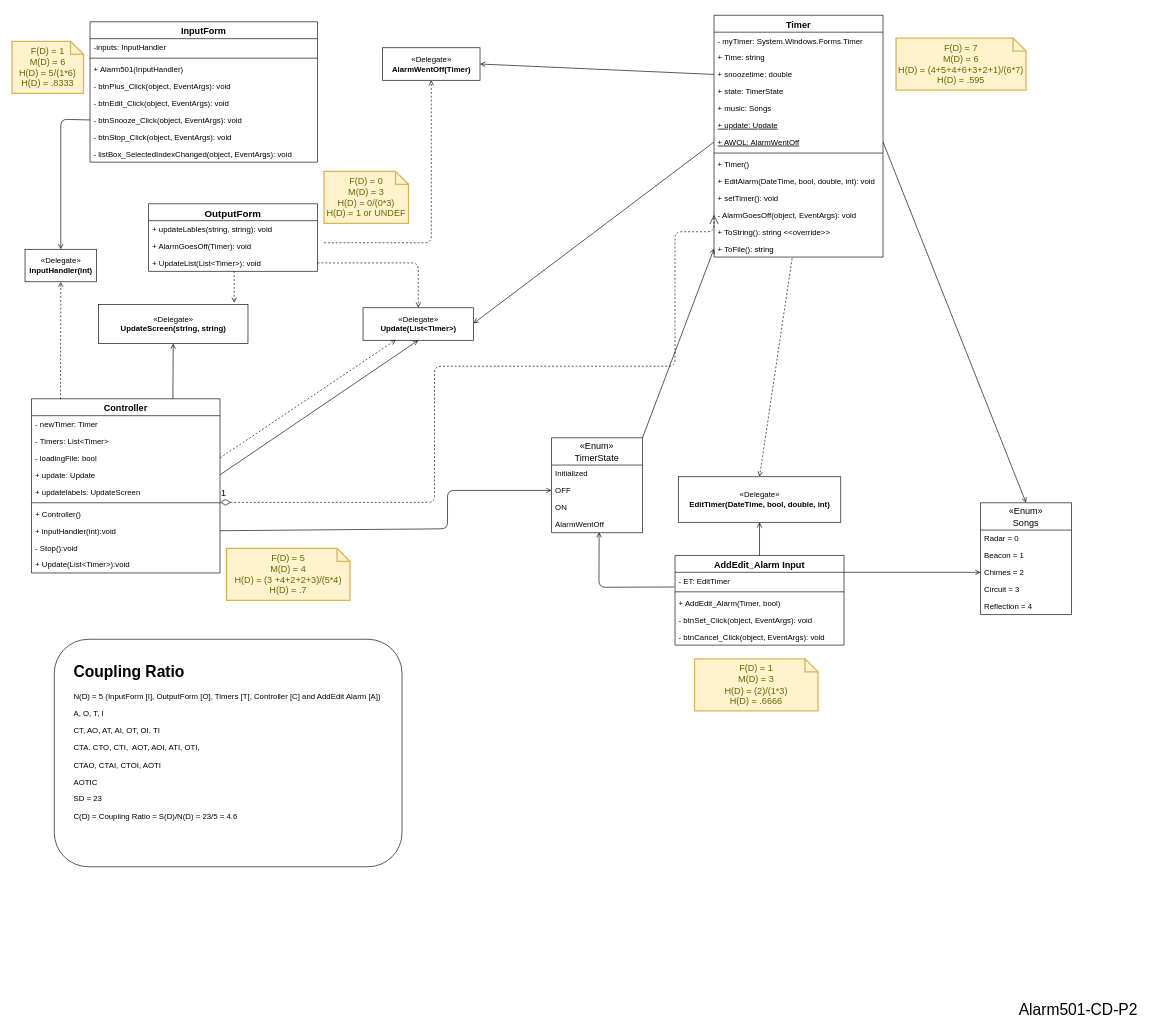
This is page "Alarm501-CD-P2" (2 of 4) of AlarmClock.drawio from Rosebaugh/CS501, a draw.io file, before an edit. Source tidied: cells renumbered, new cells numbered last; positions are measured from the earlier drawing's top-left corner, leaving out a move shared by most shapes. Both pictures are drawn from the tidied source at 65%, with x=0, y=0 at pixel (12, 15).
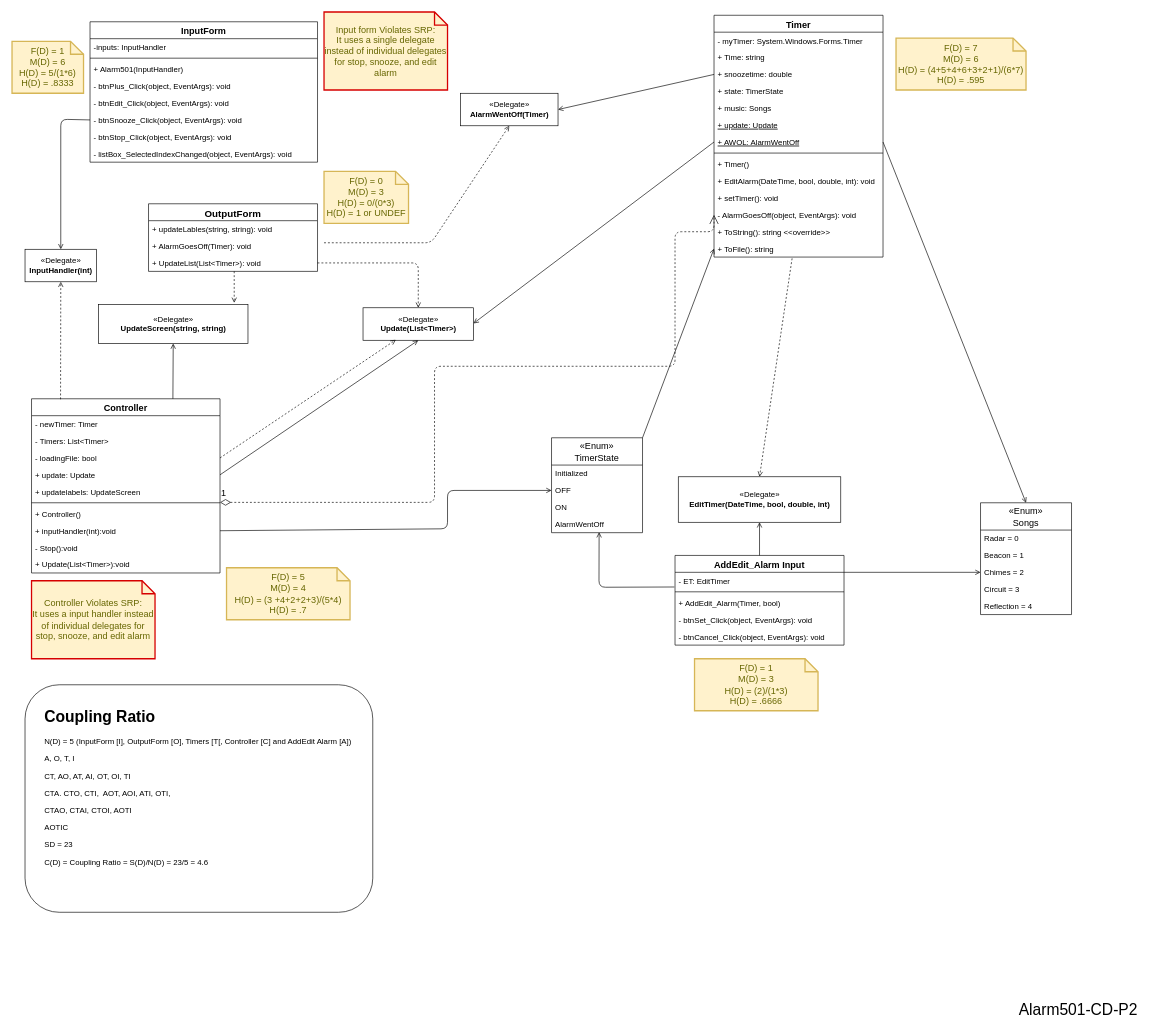
After the change.

Diff of the diagram source:
```diff
@@
     <mxCell id="48" value="«Delegate»&lt;br&gt;&lt;b&gt;AlarmWentOff(Timer)&lt;/b&gt;" style="html=1;" parent="1" vertex="1">
-      <mxGeometry x="570" y="50" width="150" height="50" as="geometry" />
+      <mxGeometry x="690" y="120" width="150" height="50" as="geometry" />
     </mxCell>
@@
     <mxCell id="81" style="rounded=1;whiteSpace=wrap;html=1;" parent="1" vertex="1">
-      <mxGeometry x="65" y="960" width="535" height="350" as="geometry" />
+      <mxGeometry x="20" y="1030" width="535" height="350" as="geometry" />
     </mxCell>
     <mxCell id="82" value="&lt;p style=&quot;line-height: 60%&quot;&gt;&lt;/p&gt;&lt;h1&gt;Coupling Ratio&lt;/h1&gt;&lt;p&gt;N(D) = 5 (InputForm [I], OutputForm [O], Timers [T[, Controller [C] and AddEdit Alarm [A])&lt;/p&gt;&lt;p&gt;A, O, T, I&lt;/p&gt;&lt;p&gt;CT, AO, AT, AI, OT, OI, TI&lt;/p&gt;&lt;p&gt;CTA. CTO, CTI,&amp;nbsp; AOT, AOI, ATI, OTI,&lt;/p&gt;&lt;p&gt;CTAO, CTAI, CTOI, AOTI&lt;/p&gt;&lt;p&gt;AOTIC&lt;/p&gt;&lt;p&gt;SD = 23&lt;/p&gt;&lt;p&gt;C(D) =&amp;nbsp;&lt;span&gt;Coupling Ratio = S(D)/N(D) = 23/5 = 4.6&amp;nbsp;&lt;/span&gt;&lt;/p&gt;&lt;br&gt;&lt;p&gt;&lt;/p&gt;" style="text;html=1;strokeColor=none;fillColor=none;spacing=5;spacingTop=-20;whiteSpace=wrap;overflow=hidden;rounded=0;" parent="1" vertex="1">
-      <mxGeometry x="90" y="990" width="500" height="270" as="geometry" />
+      <mxGeometry x="45" y="1060" width="500" height="270" as="geometry" />
     </mxCell>
@@
     <mxCell id="85" value="F(D) = 5&lt;br&gt;M(D) = 4&lt;br&gt;H(D) = (3 +4+2+2+3)/(5*4)&lt;br&gt;H(D) = .7" style="shape=note;strokeWidth=2;fontSize=14;size=20;whiteSpace=wrap;html=1;fillColor=#fff2cc;strokeColor=#d6b656;fontColor=#666600;" parent="1" vertex="1">
-      <mxGeometry x="330" y="820" width="190" height="80" as="geometry" />
+      <mxGeometry x="330" y="850" width="190" height="80" as="geometry" />
     </mxCell>
@@
+    <mxCell id="89" value="Controller Violates SRP:&lt;br&gt;It uses a input handler instead of individual delegates for stop, snooze, and edit alarm" style="shape=note;strokeWidth=2;fontSize=14;size=20;whiteSpace=wrap;html=1;fillColor=#fff2cc;fontColor=#666600;strokeColor=#D60000;" parent="1" vertex="1">
+      <mxGeometry x="30" y="870" width="190" height="120" as="geometry" />
+    </mxCell>
+    <mxCell id="90" value="Input form Violates SRP:&lt;br&gt;It uses a single delegate instead of individual delegates for stop, snooze, and edit alarm" style="shape=note;strokeWidth=2;fontSize=14;size=20;whiteSpace=wrap;html=1;fillColor=#fff2cc;fontColor=#666600;strokeColor=#D60000;" parent="1" vertex="1">
+      <mxGeometry x="480" y="-5" width="190" height="120" as="geometry" />
+    </mxCell>
```
